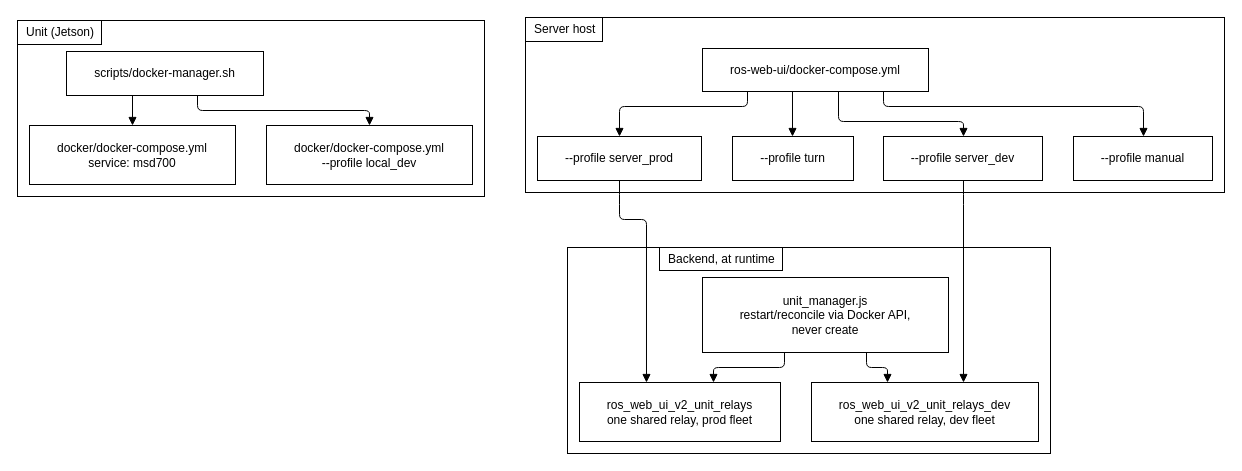
This is docs/setup/diagrams/docker-reference-which-compose-file.drawio from itbdelaboprogramming/msd700_documentation, a draw.io file, before an edit. Source tidied: cells renumbered, new cells numbered last; positions are measured from the earlier drawing's top-left corner, leaving out a move shared by most shapes. Both pictures are drawn from the tidied source at 100%, with x=0, y=0 at pixel (17, 17).
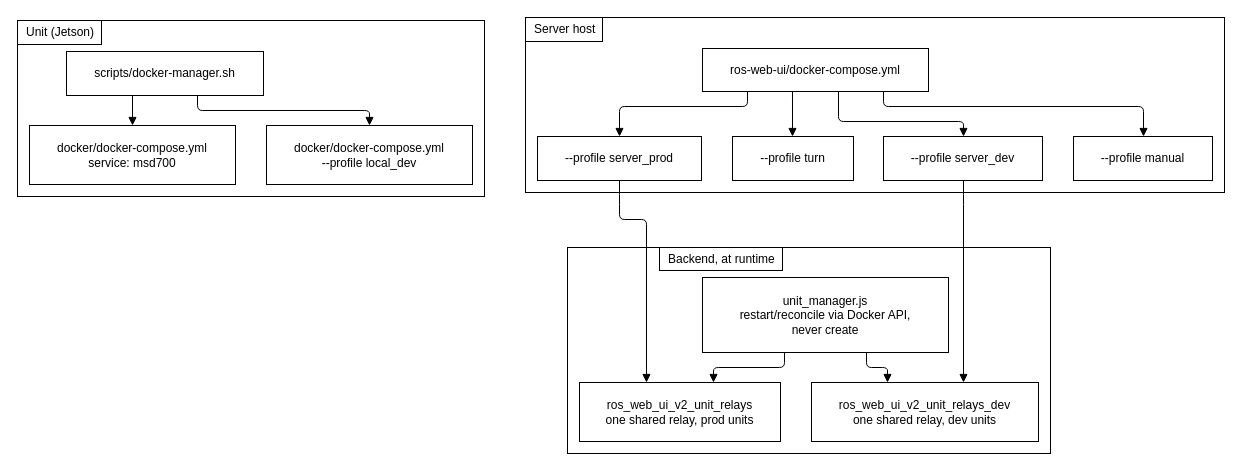
After the change.

The change refers to these unchanged cells:
```xml
<mxCell id="3" style="rounded=0;html=1;whiteSpace=wrap;fillColor=#ffffff;strokeColor=#000000;" parent="1" vertex="1">
  <mxGeometry x="550" y="230" width="483" height="206" as="geometry" />
</mxCell>
```

Diff of the diagram source:
```diff
@@
-    <mxCell id="14" value="ros_web_ui_v2_unit_relays&lt;br&gt;one shared relay, prod fleet" style="html=1;whiteSpace=wrap;fillColor=#ffffff;strokeColor=#000000;rounded=0;fontFamily=Helvetica;fontSize=12;fontColor=#000000;" parent="3" vertex="1">
+    <mxCell id="14" value="ros_web_ui_v2_unit_relays&lt;br&gt;one shared relay, prod units" style="html=1;whiteSpace=wrap;fillColor=#ffffff;strokeColor=#000000;rounded=0;fontFamily=Helvetica;fontSize=12;fontColor=#000000;" parent="3" vertex="1">
       <mxGeometry x="12" y="135" width="201" height="59" as="geometry" />
     </mxCell>
-    <mxCell id="15" value="ros_web_ui_v2_unit_relays_dev&lt;br&gt;one shared relay, dev fleet" style="html=1;whiteSpace=wrap;fillColor=#ffffff;strokeColor=#000000;rounded=0;fontFamily=Helvetica;fontSize=12;fontColor=#000000;" parent="3" vertex="1">
+    <mxCell id="15" value="ros_web_ui_v2_unit_relays_dev&lt;br&gt;one shared relay, dev units" style="html=1;whiteSpace=wrap;fillColor=#ffffff;strokeColor=#000000;rounded=0;fontFamily=Helvetica;fontSize=12;fontColor=#000000;" parent="3" vertex="1">
       <mxGeometry x="244" y="135" width="227" height="59" as="geometry" />
     </mxCell>
```
